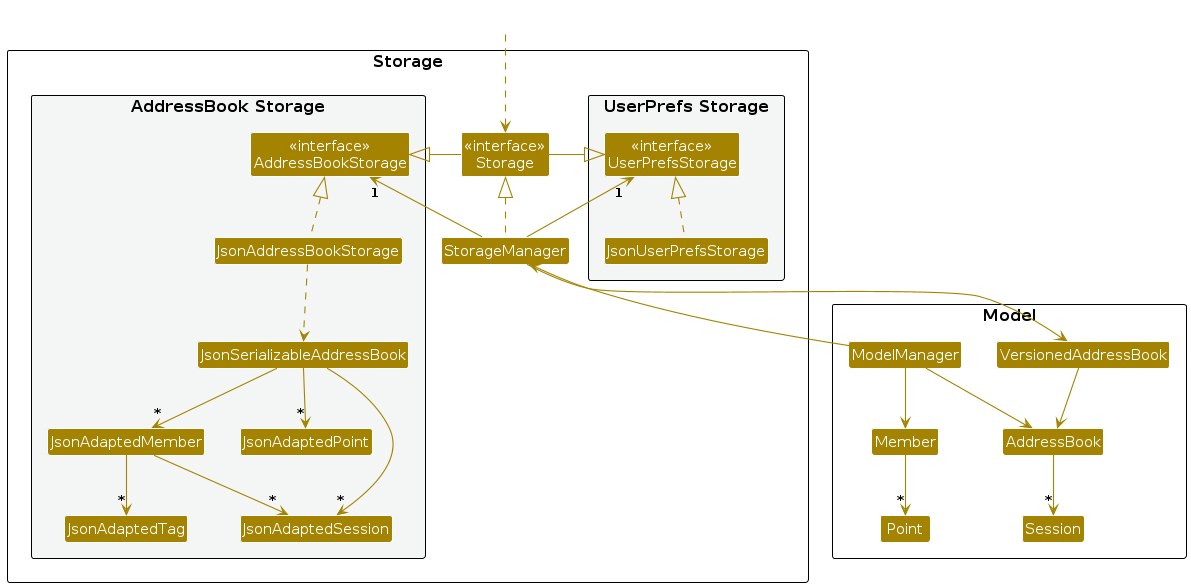
Earlier version of the PlantUML export diagrams/StorageClassDiagram.png (yuvrajaryan/tp). Its source is kept beside it as diagrams/StorageClassDiagram.puml.
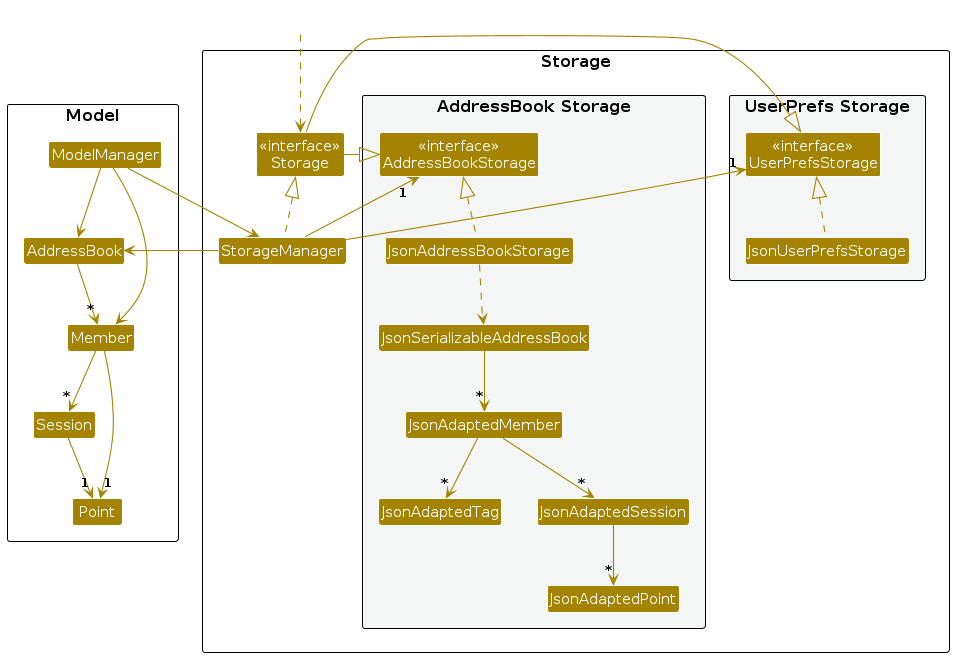
After the commit.

The edit, as a diff of the source:
```diff
@@ -25,7 +25,6 @@
 package Model as ModelPackage {
     Class Session
     Class AddressBook
-    Class VersionedAddressBook
     Class ModelManager
     Class Member
     Class Point
@@ -43,16 +42,15 @@
 JsonAddressBookStorage .up.|> AddressBookStorage
 JsonAddressBookStorage ..> JsonSerializableAddressBook
 JsonSerializableAddressBook --> "*" JsonAdaptedMember
-JsonSerializableAddressBook --> "*" JsonAdaptedPoint
-JsonSerializableAddressBook --> "*" JsonAdaptedSession
 JsonAdaptedMember --> "*" JsonAdaptedTag
 JsonAdaptedMember --> "*" JsonAdaptedSession
-AddressBook --> "*" Session
-VersionedAddressBook --> AddressBook
-StorageManager --> VersionedAddressBook
+JsonAdaptedSession --> "*" JsonAdaptedPoint
+AddressBook --> "*" Member
+StorageManager --> AddressBook
 ModelManager --> StorageManager
 ModelManager --> AddressBook
 ModelManager --> Member
-Member --> "*" Point
-
+Session --> "1" Point
+Member --> "1" Point
+Member --> "*" Session
 @enduml
```
